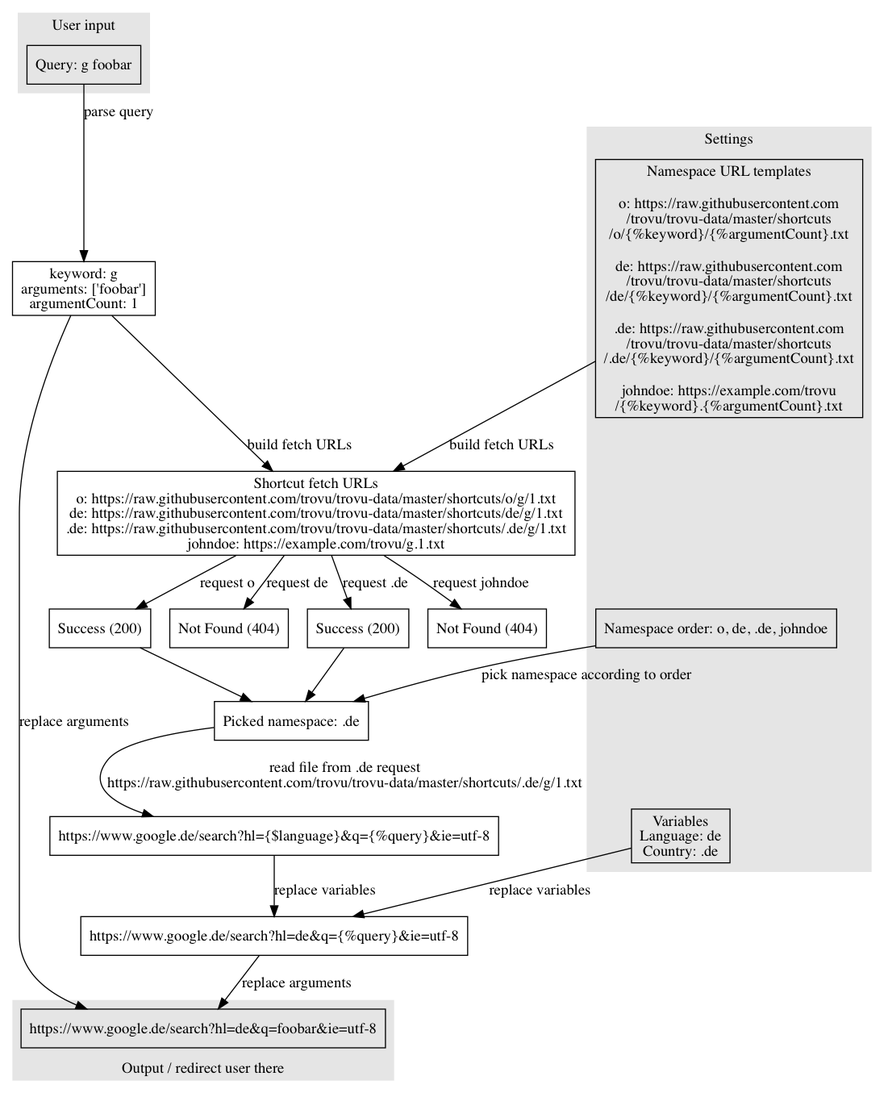
Above: img/process.png in trovu/trovu.github.io (Graphviz), before the change. Its source is kept beside it as img/process.dot.
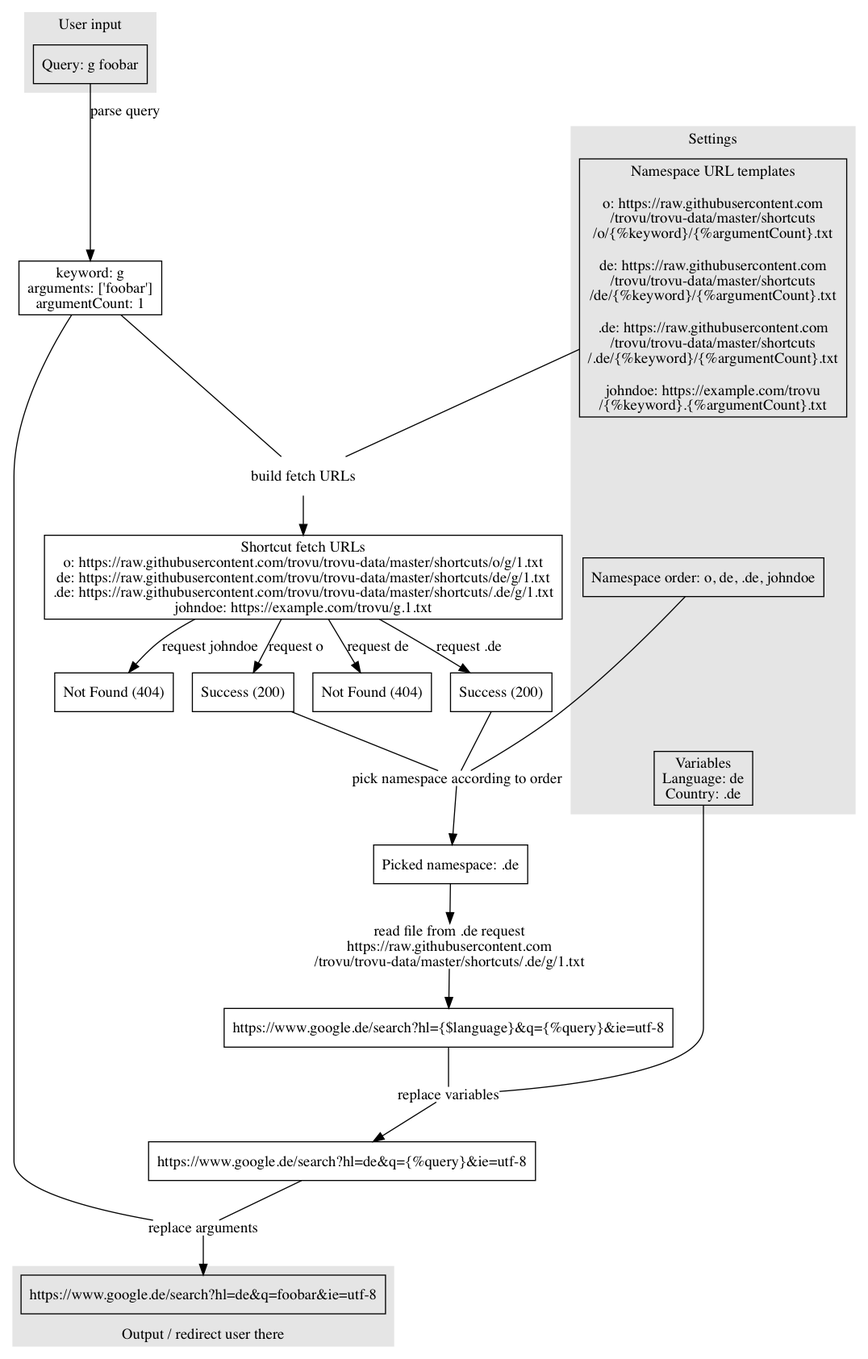
After the change.

Commit message:
Make multiple transtions as nodes.

Change to the diagram source:
```diff
@@ -56,20 +56,34 @@
   responseJohnDoe [label="Not Found (404)"];
   redirectUrlDotDe [label="https://www.google.de/search?hl={$language}&q={%query}&ie=utf-8"];
   query->parsedQuery [label="parse query"];
-  parsedQuery->shortcutFetchUrls [label="build fetch URLs"];
-  namespaceUrlTemplates->shortcutFetchUrls [label="build fetch URLs"];
+  parsedQuery -> buildFetchUrls[arrowhead="none"];
+  namespaceUrlTemplates -> buildFetchUrls[arrowhead="none"];
+
+  buildFetchUrls [label="build fetch URLs" shape="none"];
+
+  buildFetchUrls -> shortcutFetchUrls;
   shortcutFetchUrls -> responseO [label="request o"];
   shortcutFetchUrls -> responseDe [label="request de"];
   shortcutFetchUrls -> responseDotDe [label="request .de"];
   shortcutFetchUrls -> responseJohnDoe [label="request johndoe"];
-  responseO -> pickedNamespace;
-  responseDotDe -> pickedNamespace;
-  namespaceOrder -> pickedNamespace [label="pick namespace according to order"];
+  responseO -> pickNamespace[arrowhead="none"];
+  responseDotDe -> pickNamespace[arrowhead="none"];
+  namespaceOrder -> pickNamespace [arrowhead="none"];
+
+  pickNamespace [label="pick namespace according to order" shape="none" margin=0 width=0 height=0];
+  pickNamespace -> pickedNamespace;
   pickedNamespace [label="Picked namespace: .de"]
-  pickedNamespace -> redirectUrlDotDe [label="read file from .de request\nhttps://raw.githubusercontent.com/trovu/trovu-data/master/shortcuts/.de/g/1.txt"];
+  pickedNamespace -> readFile;
+  readFile [label="read file from .de request\nhttps://raw.githubusercontent.com
+/trovu/trovu-data/master/shortcuts/.de/g/1.txt" shape="none" margin=0 width=0 height=0];
+  readFile -> redirectUrlDotDe;
   redirectUrlReplacedVariables[label="https://www.google.de/search?hl=de&q={%query}&ie=utf-8"]
-  redirectUrlDotDe -> redirectUrlReplacedVariables [label="replace variables"];
-  variables -> redirectUrlReplacedVariables [label="replace variables"];
-  parsedQuery -> redirectUrlReplacedArguments [label="replace arguments"];
-  redirectUrlReplacedVariables -> redirectUrlReplacedArguments [label="replace arguments"];
+  redirectUrlDotDe -> replaceVariables [arrowhead="none"];
+  variables -> replaceVariables [arrowhead="none"];
+  replaceVariables [label="replace variables" shape="none" margin=0 width=0 height=0];
+  replaceVariables -> redirectUrlReplacedVariables;
+  replaceArguments [label="replace arguments" shape="none" margin=0 width=0 height=0];
+  redirectUrlReplacedVariables -> replaceArguments [arrowhead="none"];
+  parsedQuery -> replaceArguments [arrowhead="none"];
+  replaceArguments -> redirectUrlReplacedArguments;
 }
```
